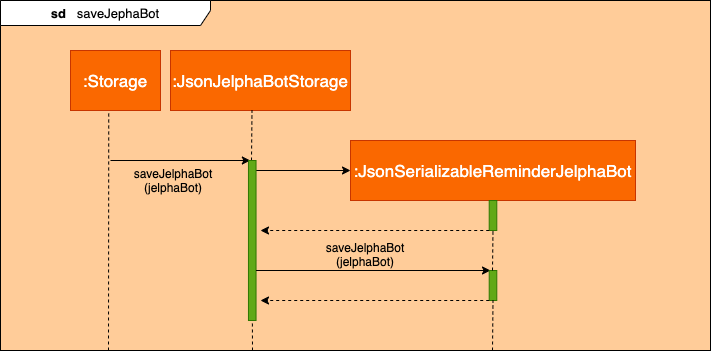
Above: images/saveJelphaBot.png in AY1920S2-CS2103-F09-2/main (draw.io), before the change. Source tidied: cells renumbered, new cells last; positions are measured from the earlier drawing's top-left corner, leaving out a move shared by most shapes. The source it was exported from:
```xml
<mxGraphModel>
  <root>
    <mxCell id="0" />
    <mxCell id="1" parent="0" />
    <mxCell id="2" style="rounded=0;whiteSpace=wrap;html=1;fillColor=#FFCC99;" parent="1" vertex="1">
      <mxGeometry width="710" height="350" as="geometry" />
    </mxCell>
    <mxCell id="3" value="&lt;b&gt;sd&lt;/b&gt;&amp;nbsp; &amp;nbsp;saveJephaBot" style="shape=umlFrame;whiteSpace=wrap;html=1;fontSize=13;width=210;height=25;align=center;" parent="1" vertex="1">
      <mxGeometry width="710" height="350" as="geometry" />
    </mxCell>
    <mxCell id="4" value=":Storage" style="rounded=0;whiteSpace=wrap;html=1;fontFamily=Helvetica;fillColor=#fa6800;strokeColor=#C73500;fontColor=#ffffff;fontSize=17;" parent="1" vertex="1">
      <mxGeometry x="70" y="50" width="90" height="60" as="geometry" />
    </mxCell>
    <mxCell id="5" value=":JsonJelphaBotStorage" style="rounded=0;whiteSpace=wrap;html=1;fontFamily=Helvetica;fillColor=#fa6800;strokeColor=#C73500;fontColor=#ffffff;fontSize=17;" parent="1" vertex="1">
      <mxGeometry x="170" y="50" width="180" height="60" as="geometry" />
    </mxCell>
    <mxCell id="6" value=":JsonSerializableReminderJelphaBot" style="rounded=0;whiteSpace=wrap;html=1;fontFamily=Helvetica;fillColor=#fa6800;strokeColor=#C73500;fontColor=#ffffff;fontSize=17;" parent="1" vertex="1">
      <mxGeometry x="350" y="140" width="285" height="60" as="geometry" />
    </mxCell>
    <mxCell id="7" style="endArrow=none;dashed=1;html=1;entryX=0.5;entryY=1;entryDx=0;entryDy=0;" parent="1" edge="1">
      <mxGeometry relative="1" as="geometry">
        <mxPoint x="108" y="350" as="sourcePoint" />
        <mxPoint x="108.2" y="110" as="targetPoint" />
      </mxGeometry>
    </mxCell>
    <mxCell id="8" style="endArrow=none;dashed=1;html=1;entryX=0.5;entryY=1;entryDx=0;entryDy=0;" parent="1" edge="1">
      <mxGeometry relative="1" as="geometry">
        <mxPoint x="251" y="160" as="sourcePoint" />
        <mxPoint x="251.5" y="110" as="targetPoint" />
      </mxGeometry>
    </mxCell>
    <mxCell id="9" style="endArrow=none;dashed=1;html=1;entryX=0.5;entryY=1;entryDx=0;entryDy=0;" parent="1" edge="1">
      <mxGeometry relative="1" as="geometry">
        <mxPoint x="252" y="350" as="sourcePoint" />
        <mxPoint x="251.7" y="290" as="targetPoint" />
      </mxGeometry>
    </mxCell>
    <mxCell id="10" style="endArrow=classic;html=1;entryX=0.25;entryY=0;entryDx=0;entryDy=0;" parent="1" edge="1" target="14">
      <mxGeometry relative="1" as="geometry">
        <mxPoint x="110" y="160" as="sourcePoint" />
      </mxGeometry>
    </mxCell>
    <mxCell id="11" value="saveJelphaBot&lt;br&gt;(jelphaBot)" style="text;html=1;strokeColor=none;fillColor=none;align=center;verticalAlign=middle;whiteSpace=wrap;rounded=0;" parent="1" vertex="1">
      <mxGeometry x="98" y="170" width="150" height="20" as="geometry" />
    </mxCell>
    <mxCell id="12" style="endArrow=classic;html=1;" parent="1" edge="1">
      <mxGeometry relative="1" as="geometry">
        <mxPoint x="250" y="170" as="sourcePoint" />
        <mxPoint x="350" y="170" as="targetPoint" />
      </mxGeometry>
    </mxCell>
    <mxCell id="13" style="rounded=0;whiteSpace=wrap;html=1;fillColor=#60a917;strokeColor=#2D7600;fontColor=#ffffff;fontSize=17;fontFamily=Helvetica;" parent="1" vertex="1">
      <mxGeometry x="488.7" y="200" width="7.6" height="30" as="geometry" />
    </mxCell>
    <mxCell id="14" style="rounded=0;whiteSpace=wrap;html=1;fillColor=#60a917;strokeColor=#2D7600;fontColor=#ffffff;fontSize=17;fontFamily=Helvetica;" parent="1" vertex="1">
      <mxGeometry x="248" y="160" width="7.6" height="160" as="geometry" />
    </mxCell>
    <mxCell id="15" style="endArrow=classic;html=1;exitX=0;exitY=1;exitDx=0;exitDy=0;dashed=1;" parent="1" edge="1" source="13">
      <mxGeometry relative="1" as="geometry">
        <mxPoint x="260" y="230" as="targetPoint" />
      </mxGeometry>
    </mxCell>
    <mxCell id="16" style="endArrow=classic;html=1;" parent="1" edge="1">
      <mxGeometry relative="1" as="geometry">
        <mxPoint x="255.5" y="270" as="sourcePoint" />
        <mxPoint x="490" y="270" as="targetPoint" />
      </mxGeometry>
    </mxCell>
    <mxCell id="17" style="rounded=0;whiteSpace=wrap;html=1;fillColor=#60a917;strokeColor=#2D7600;fontColor=#ffffff;fontSize=17;fontFamily=Helvetica;" parent="1" vertex="1">
      <mxGeometry x="488.7" y="270" width="7.6" height="30" as="geometry" />
    </mxCell>
    <mxCell id="18" style="endArrow=classic;html=1;exitX=0;exitY=1;exitDx=0;exitDy=0;dashed=1;" parent="1" edge="1">
      <mxGeometry relative="1" as="geometry">
        <mxPoint x="488.7" y="300" as="sourcePoint" />
        <mxPoint x="260" y="300" as="targetPoint" />
      </mxGeometry>
    </mxCell>
    <mxCell id="19" value="saveJelphaBot&lt;br&gt;(jelphaBot)" style="text;html=1;strokeColor=none;fillColor=none;align=center;verticalAlign=middle;whiteSpace=wrap;rounded=0;" parent="1" vertex="1">
      <mxGeometry x="290" y="244" width="150" height="20" as="geometry" />
    </mxCell>
    <mxCell id="20" style="endArrow=none;dashed=1;html=1;entryX=0.5;entryY=1;entryDx=0;entryDy=0;" parent="1" edge="1">
      <mxGeometry relative="1" as="geometry">
        <mxPoint x="492" y="270" as="sourcePoint" />
        <mxPoint x="492.5" y="229" as="targetPoint" />
      </mxGeometry>
    </mxCell>
    <mxCell id="21" style="endArrow=none;dashed=1;html=1;entryX=0.5;entryY=1;entryDx=0;entryDy=0;" parent="1" edge="1">
      <mxGeometry relative="1" as="geometry">
        <mxPoint x="492" y="350" as="sourcePoint" />
        <mxPoint x="492.5" y="300" as="targetPoint" />
      </mxGeometry>
    </mxCell>
  </root>
</mxGraphModel>
```
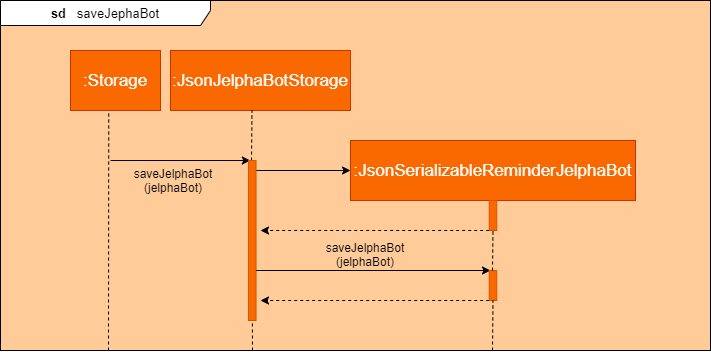
Above is the later version.

The edit, as a diff of the source:
```diff
@@ -49,10 +49,10 @@
         <mxPoint x="350" y="170" as="targetPoint" />
       </mxGeometry>
     </mxCell>
-    <mxCell id="13" style="rounded=0;whiteSpace=wrap;html=1;fillColor=#60a917;strokeColor=#2D7600;fontColor=#ffffff;fontSize=17;fontFamily=Helvetica;" parent="1" vertex="1">
+    <mxCell id="13" style="rounded=0;whiteSpace=wrap;html=1;fillColor=#FA6800;strokeColor=#D15700;fontColor=#ffffff;fontSize=17;fontFamily=Helvetica;" parent="1" vertex="1">
       <mxGeometry x="488.7" y="200" width="7.6" height="30" as="geometry" />
     </mxCell>
-    <mxCell id="14" style="rounded=0;whiteSpace=wrap;html=1;fillColor=#60a917;strokeColor=#2D7600;fontColor=#ffffff;fontSize=17;fontFamily=Helvetica;" parent="1" vertex="1">
+    <mxCell id="14" style="rounded=0;whiteSpace=wrap;html=1;fillColor=#FA6800;strokeColor=#D15700;fontColor=#ffffff;fontSize=17;fontFamily=Helvetica;" parent="1" vertex="1">
       <mxGeometry x="248" y="160" width="7.6" height="160" as="geometry" />
     </mxCell>
     <mxCell id="15" style="endArrow=classic;html=1;exitX=0;exitY=1;exitDx=0;exitDy=0;dashed=1;" parent="1" edge="1" source="13">
@@ -66,7 +66,7 @@
         <mxPoint x="490" y="270" as="targetPoint" />
       </mxGeometry>
     </mxCell>
-    <mxCell id="17" style="rounded=0;whiteSpace=wrap;html=1;fillColor=#60a917;strokeColor=#2D7600;fontColor=#ffffff;fontSize=17;fontFamily=Helvetica;" parent="1" vertex="1">
+    <mxCell id="17" style="rounded=0;whiteSpace=wrap;html=1;fillColor=#FA6800;strokeColor=#D15700;fontColor=#ffffff;fontSize=17;fontFamily=Helvetica;" parent="1" vertex="1">
       <mxGeometry x="488.7" y="270" width="7.6" height="30" as="geometry" />
     </mxCell>
     <mxCell id="18" style="endArrow=classic;html=1;exitX=0;exitY=1;exitDx=0;exitDy=0;dashed=1;" parent="1" edge="1">
```
